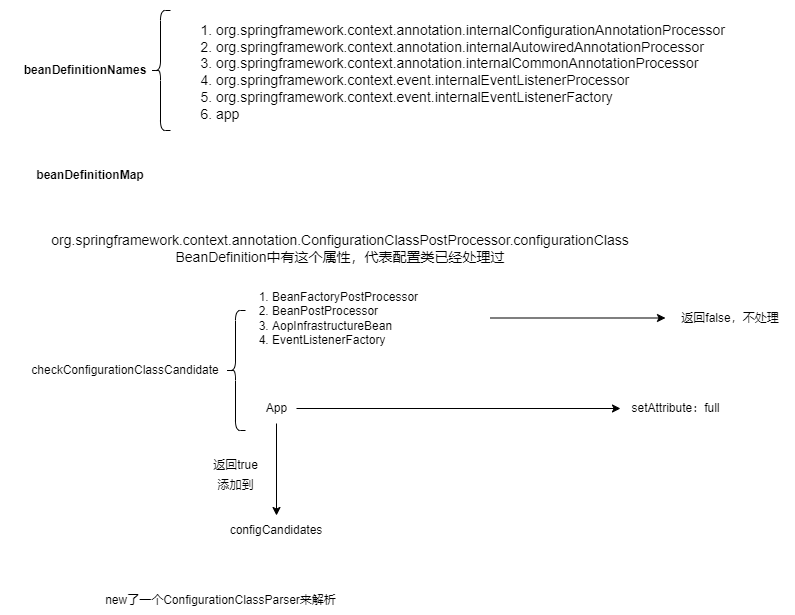
Before: Spring/Spring源码分析.png, a diagram exported from draw.io (wjb0823/drawio). Source tidied: cells renumbered, new cells last; positions are measured from the earlier drawing's top-left corner, leaving out a move shared by most shapes.
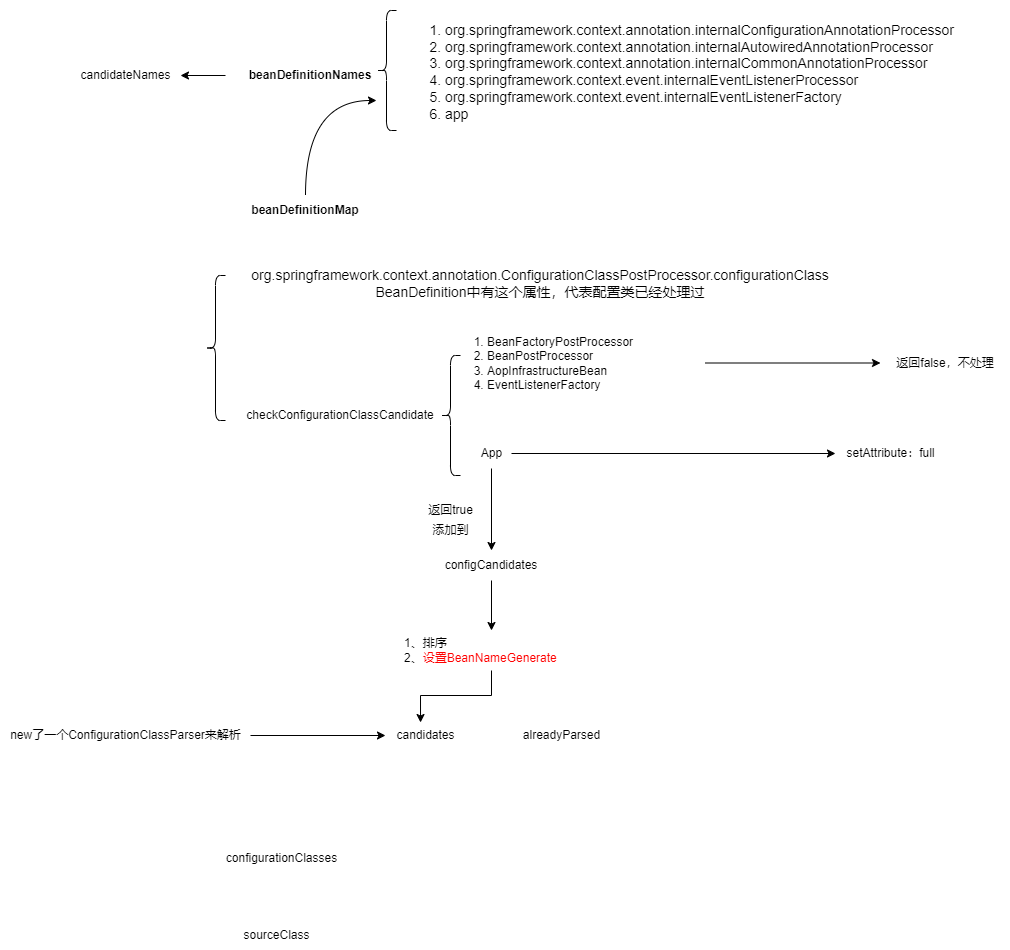
After the commit.

Commit message:
更新Spring源码分析.png

What changed in the source:
```diff
@@ -2,20 +2,26 @@
   <root>
     <mxCell id="0" />
     <mxCell id="1" parent="0" />
+    <mxCell id="20" style="edgeStyle=orthogonalEdgeStyle;rounded=0;jettySize=auto;html=1;" parent="1" edge="1" source="2" target="23">
+      <mxGeometry relative="1" as="geometry" />
+    </mxCell>
     <mxCell id="2" value="&lt;b&gt;beanDefinitionNames&lt;/b&gt;" style="text;html=1;strokeColor=none;fillColor=none;align=center;verticalAlign=middle;whiteSpace=wrap;rounded=0;" parent="1" vertex="1">
-      <mxGeometry y="55" width="170" height="30" as="geometry" />
+      <mxGeometry x="10" y="15" width="170" height="30" as="geometry" />
     </mxCell>
+    <mxCell id="21" style="edgeStyle=orthogonalEdgeStyle;rounded=0;jettySize=auto;html=1;entryX=0;entryY=0.75;entryDx=0;entryDy=0;curved=1;" parent="1" edge="1" source="3" target="4">
+      <mxGeometry relative="1" as="geometry" />
+    </mxCell>
     <mxCell id="3" value="&lt;b&gt;beanDefinitionMap&lt;/b&gt;" style="text;html=1;strokeColor=none;fillColor=none;align=center;verticalAlign=middle;whiteSpace=wrap;rounded=0;" parent="1" vertex="1">
-      <mxGeometry x="5" y="160" width="170" height="30" as="geometry" />
+      <mxGeometry x="5" y="150" width="170" height="30" as="geometry" />
     </mxCell>
     <mxCell id="4" style="shape=curlyBracket;whiteSpace=wrap;html=1;rounded=1;labelPosition=left;verticalLabelPosition=middle;align=right;verticalAlign=middle;" parent="1" vertex="1">
-      <mxGeometry x="150" y="10" width="20" height="120" as="geometry" />
+      <mxGeometry x="161" y="-35" width="20" height="120" as="geometry" />
     </mxCell>
-    <mxCell id="5" value="&lt;div style=&quot;font-size: 14px;&quot;&gt;&lt;ol style=&quot;&quot;&gt;&lt;li style=&quot;text-align: left;&quot;&gt;&lt;font style=&quot;font-size: 14px;&quot;&gt;org.springframework.context.annotation.internalConfigurationAnnotationProcessor&lt;/font&gt;&lt;/li&gt;&lt;li style=&quot;text-align: left;&quot;&gt;&lt;font style=&quot;font-size: 14px;&quot;&gt;org.springframework.context.annotation.internalAutowiredAnnotationProcessor&lt;/font&gt;&lt;/li&gt;&lt;li style=&quot;text-align: left;&quot;&gt;&lt;font style=&quot;font-size: 14px;&quot;&gt;org.springframework.context.annotation.internalCommonAnnotationProcessor&lt;/font&gt;&lt;/li&gt;&lt;li style=&quot;text-align: left;&quot;&gt;&lt;font style=&quot;font-size: 14px;&quot;&gt;org.springframework.context.event.internalEventListenerProcessor&lt;/font&gt;&lt;/li&gt;&lt;li style=&quot;text-align: left;&quot;&gt;&lt;font style=&quot;font-size: 14px;&quot;&gt;org.springframework.context.event.internalEventListenerFactory&lt;/font&gt;&lt;/li&gt;&lt;li style=&quot;text-align: left;&quot;&gt;&lt;font style=&quot;font-size: 14px;&quot;&gt;app&lt;/font&gt;&lt;/li&gt;&lt;/ol&gt;&lt;/div&gt;&lt;div style=&quot;font-size: 14px;&quot;&gt;&lt;br&gt;&lt;/div&gt;" style="text;html=1;align=center;verticalAlign=middle;strokeColor=none;fillColor=none;strokeWidth=1;" parent="1" vertex="1">
-      <mxGeometry x="165" width="570" height="160" as="geometry" />
+    <mxCell id="5" value="&lt;div style=&quot;font-size: 14px;&quot;&gt;&lt;ol style=&quot;&quot;&gt;&lt;li style=&quot;&quot;&gt;&lt;font style=&quot;font-size: 14px;&quot;&gt;org.springframework.context.annotation.internalConfigurationAnnotationProcessor&lt;/font&gt;&lt;/li&gt;&lt;li style=&quot;&quot;&gt;&lt;font style=&quot;font-size: 14px;&quot;&gt;org.springframework.context.annotation.internalAutowiredAnnotationProcessor&lt;/font&gt;&lt;/li&gt;&lt;li style=&quot;&quot;&gt;&lt;font style=&quot;font-size: 14px;&quot;&gt;org.springframework.context.annotation.internalCommonAnnotationProcessor&lt;/font&gt;&lt;/li&gt;&lt;li style=&quot;&quot;&gt;&lt;font style=&quot;font-size: 14px;&quot;&gt;org.springframework.context.event.internalEventListenerProcessor&lt;/font&gt;&lt;/li&gt;&lt;li style=&quot;&quot;&gt;&lt;font style=&quot;font-size: 14px;&quot;&gt;org.springframework.context.event.internalEventListenerFactory&lt;/font&gt;&lt;/li&gt;&lt;li style=&quot;&quot;&gt;&lt;font style=&quot;font-size: 14px;&quot;&gt;app&lt;/font&gt;&lt;/li&gt;&lt;/ol&gt;&lt;/div&gt;&lt;div style=&quot;font-size: 14px;&quot;&gt;&lt;br&gt;&lt;/div&gt;" style="text;html=1;align=left;verticalAlign=middle;strokeColor=none;fillColor=none;strokeWidth=1;" parent="1" vertex="1">
+      <mxGeometry x="187.5" y="-45" width="570" height="160" as="geometry" />
     </mxCell>
     <mxCell id="6" value="&lt;font style=&quot;font-size: 14px;&quot;&gt;org.springframework.context.annotation.ConfigurationClassPostProcessor.configurationClass&lt;br&gt;BeanDefinition中有这个属性，代表配置类已经处理过&lt;/font&gt;" style="text;html=1;strokeColor=none;fillColor=none;align=center;verticalAlign=middle;whiteSpace=wrap;rounded=0;" parent="1" vertex="1">
-      <mxGeometry x="20" y="225" width="640" height="45" as="geometry" />
+      <mxGeometry x="5" y="215" width="640" height="45" as="geometry" />
     </mxCell>
     <mxCell id="7" value="checkConfigurationClassCandidate" style="text;html=1;strokeColor=none;fillColor=none;align=center;verticalAlign=middle;whiteSpace=wrap;rounded=0;" parent="1" vertex="1">
       <mxGeometry x="95" y="355" width="60" height="30" as="geometry" />
@@ -44,8 +50,11 @@
     <mxCell id="15" value="setAttribute：full" style="text;html=1;align=center;verticalAlign=middle;points=[];strokeColor=none;fillColor=none;" parent="1" vertex="1">
       <mxGeometry x="620" y="393" width="110" height="30" as="geometry" />
     </mxCell>
+    <mxCell id="22" style="rounded=0;jettySize=auto;html=1;" parent="1" edge="1" source="16" target="25">
+      <mxGeometry relative="1" as="geometry" />
+    </mxCell>
     <mxCell id="16" value="configCandidates" style="text;html=1;strokeColor=none;fillColor=none;align=center;verticalAlign=middle;whiteSpace=wrap;rounded=0;" parent="1" vertex="1">
-      <mxGeometry x="186" y="515" width="180" height="30" as="geometry" />
+      <mxGeometry x="186" y="505" width="180" height="30" as="geometry" />
     </mxCell>
     <mxCell id="17" value="返回true" style="text;html=1;align=center;verticalAlign=middle;strokeColor=none;fillColor=none;" parent="1" vertex="1">
       <mxGeometry x="202.5" y="450" width="65" height="30" as="geometry" />
@@ -54,7 +63,34 @@
       <mxGeometry x="207.5" y="470" width="55" height="30" as="geometry" />
     </mxCell>
     <mxCell id="19" value="new了一个ConfigurationClassParser来解析" style="text;html=1;align=center;verticalAlign=middle;points=[];strokeColor=none;fillColor=none;" parent="1" vertex="1">
-      <mxGeometry x="95" y="585" width="250" height="30" as="geometry" />
+      <mxGeometry x="-215" y="675" width="250" height="30" as="geometry" />
     </mxCell>
+    <mxCell id="23" value="candidateNames" style="text;html=1;align=center;verticalAlign=middle;points=[];strokeColor=none;fillColor=none;" parent="1" vertex="1">
+      <mxGeometry x="-145" y="15" width="110" height="30" as="geometry" />
+    </mxCell>
+    <mxCell id="24" style="shape=curlyBracket;whiteSpace=wrap;html=1;rounded=1;labelPosition=left;verticalLabelPosition=middle;align=right;verticalAlign=middle;" parent="1" vertex="1">
+      <mxGeometry x="-10" y="230" width="20" height="145" as="geometry" />
+    </mxCell>
+    <mxCell id="25" value="1、排序&lt;br&gt;2、&lt;font color=&quot;#ff0000&quot;&gt;设置BeanNameGenerate&lt;/font&gt;" style="text;html=1;strokeColor=none;fillColor=none;align=left;verticalAlign=middle;whiteSpace=wrap;rounded=0;" parent="1" vertex="1">
+      <mxGeometry x="186.5" y="585" width="179" height="40" as="geometry" />
+    </mxCell>
+    <mxCell id="26" value="candidates" style="text;html=1;align=center;verticalAlign=middle;points=[];strokeColor=none;fillColor=none;" parent="1" vertex="1">
+      <mxGeometry x="170" y="675" width="80" height="30" as="geometry" />
+    </mxCell>
+    <mxCell id="27" value="alreadyParsed" style="text;html=1;align=center;verticalAlign=middle;strokeColor=none;fillColor=none;" parent="1" vertex="1">
+      <mxGeometry x="296" y="675" width="100" height="30" as="geometry" />
+    </mxCell>
+    <mxCell id="28" style="edgeStyle=orthogonalEdgeStyle;rounded=0;jettySize=auto;html=1;" parent="1" edge="1" source="19" target="26">
+      <mxGeometry relative="1" as="geometry" />
+    </mxCell>
+    <mxCell id="29" style="edgeStyle=orthogonalEdgeStyle;rounded=0;jettySize=auto;html=1;entryX=0.438;entryY=0.067;entryDx=0;entryDy=0;entryPerimeter=0;" parent="1" edge="1" source="25" target="26">
+      <mxGeometry relative="1" as="geometry" />
+    </mxCell>
+    <mxCell id="30" value="configurationClasses" style="text;html=1;align=center;verticalAlign=middle;strokeColor=none;fillColor=none;" parent="1" vertex="1">
+      <mxGeometry x="1" y="798" width="130" height="30" as="geometry" />
+    </mxCell>
+    <mxCell id="31" value="sourceClass" style="text;html=1;align=center;verticalAlign=middle;strokeColor=none;fillColor=none;" parent="1" vertex="1">
+      <mxGeometry x="18" y="875" width="85" height="30" as="geometry" />
+    </mxCell>
   </root>
 </mxGraphModel>
```
